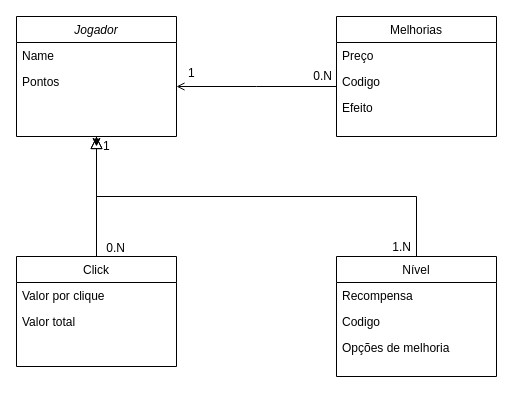
The draw.io diagram Diagrama sem nome.drawio in t4rsss/ClickerGamer-React, before the edit. Source tidied: cells renumbered, new cells numbered last; positions are measured from the earlier drawing's top-left corner, leaving out a move shared by most shapes. Both pictures are drawn from the tidied source at 100%, with x=0, y=0 at pixel (16, 16).
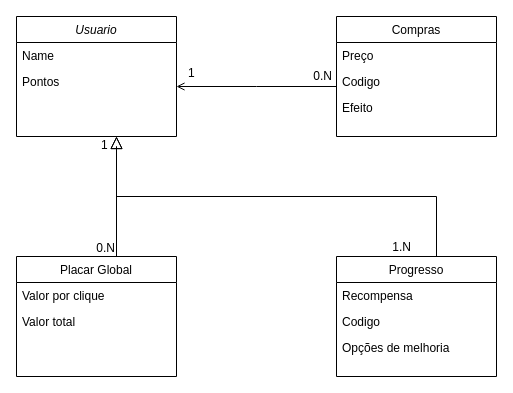
After the change.

Change to the diagram source:
```diff
@@
-    <mxCell id="2" style="edgeStyle=orthogonalEdgeStyle;rounded=0;jettySize=auto;html=1;exitX=0.5;exitY=1;exitDx=0;exitDy=0;" parent="1" edge="1" source="3">
-      <mxGeometry relative="1" as="geometry">
-        <mxPoint x="80" y="130" as="targetPoint" />
-      </mxGeometry>
-    </mxCell>
-    <mxCell id="3" value="Jogador" style="swimlane;fontStyle=2;align=center;verticalAlign=top;horizontal=1;startSize=26;rounded=0;shadow=0;strokeWidth=1;" parent="1" vertex="1">
+    <mxCell id="3" value="Usuario" style="swimlane;fontStyle=2;align=center;verticalAlign=top;horizontal=1;startSize=26;rounded=0;shadow=0;strokeWidth=1;" parent="1" vertex="1">
       <mxGeometry width="160" height="120" as="geometry" />
     </mxCell>
@@
-    <mxCell id="6" value="Click" style="swimlane;fontStyle=0;align=center;verticalAlign=top;horizontal=1;startSize=26;rounded=0;shadow=0;strokeWidth=1;" parent="1" vertex="1">
-      <mxGeometry y="240" width="160" height="110" as="geometry" />
+    <mxCell id="6" value="Placar Global" style="swimlane;fontStyle=0;align=center;verticalAlign=top;horizontal=1;startSize=26;rounded=0;shadow=0;strokeWidth=1;" parent="1" vertex="1">
+      <mxGeometry y="240" width="160" height="120" as="geometry" />
     </mxCell>
@@
     <mxCell id="8" value="Valor total" style="text;align=left;verticalAlign=top;spacingLeft=4;spacingRight=4;overflow=hidden;rounded=0;shadow=0;html=0;" parent="6" vertex="1">
-      <mxGeometry y="52" width="160" height="26" as="geometry" />
+      <mxGeometry y="52" width="160" height="68" as="geometry" />
     </mxCell>
-    <mxCell id="9" style="endArrow=block;endSize=10;endFill=0;shadow=0;strokeWidth=1;rounded=0;curved=0;edgeStyle=elbowEdgeStyle;elbow=vertical;" parent="1" edge="1" source="6" target="3">
-      <mxGeometry relative="1" as="geometry" />
+    <mxCell id="9" style="endArrow=block;endSize=10;endFill=0;shadow=0;strokeWidth=1;rounded=0;curved=0;edgeStyle=elbowEdgeStyle;elbow=vertical;" parent="1" edge="1" source="6">
+      <mxGeometry relative="1" as="geometry">
+        <mxPoint x="100" y="120" as="targetPoint" />
+        <Array as="points">
+          <mxPoint x="100" y="130" />
+        </Array>
+      </mxGeometry>
     </mxCell>
-    <mxCell id="10" value="Nível" style="swimlane;fontStyle=0;align=center;verticalAlign=top;horizontal=1;startSize=26;rounded=0;shadow=0;strokeWidth=1;" parent="1" vertex="1">
+    <mxCell id="10" value="Progresso" style="swimlane;fontStyle=0;align=center;verticalAlign=top;horizontal=1;startSize=26;rounded=0;shadow=0;strokeWidth=1;" parent="1" vertex="1">
       <mxGeometry x="320" y="240" width="160" height="120" as="geometry" />
     </mxCell>
@@
-    <mxCell id="14" style="endArrow=block;endSize=10;endFill=0;shadow=0;strokeWidth=1;rounded=0;curved=0;edgeStyle=elbowEdgeStyle;elbow=vertical;" parent="1" edge="1" source="10" target="3">
-      <mxGeometry relative="1" as="geometry" />
+    <mxCell id="14" style="endArrow=block;endSize=10;endFill=0;shadow=0;strokeWidth=1;rounded=0;curved=0;edgeStyle=elbowEdgeStyle;elbow=vertical;" parent="1" edge="1">
+      <mxGeometry relative="1" as="geometry">
+        <mxPoint x="420" y="240" as="sourcePoint" />
+        <mxPoint x="100" y="120" as="targetPoint" />
+      </mxGeometry>
     </mxCell>
-    <mxCell id="15" value="Melhorias" style="swimlane;fontStyle=0;align=center;verticalAlign=top;horizontal=1;startSize=26;rounded=0;shadow=0;strokeWidth=1;" parent="1" vertex="1">
+    <mxCell id="15" value="Compras" style="swimlane;fontStyle=0;align=center;verticalAlign=top;horizontal=1;startSize=26;rounded=0;shadow=0;strokeWidth=1;" parent="1" vertex="1">
       <mxGeometry x="320" width="160" height="120" as="geometry" />
     </mxCell>
@@
     <mxCell id="22" value="1" style="align=left;verticalAlign=bottom;labelBackgroundColor=none;fontSize=12;direction=north;" parent="1" vertex="1">
-      <mxGeometry x="77" y="140" as="geometry">
+      <mxGeometry x="75" y="139" as="geometry">
         <mxPoint x="8" y="-2" as="offset" />
       </mxGeometry>
     </mxCell>
@@
     <mxCell id="24" value="0.N" style="align=right;verticalAlign=bottom;labelBackgroundColor=none;fontSize=12;" parent="1" vertex="1">
-      <mxGeometry x="110" y="240" as="geometry" />
+      <mxGeometry x="100" y="240" as="geometry" />
     </mxCell>
```
